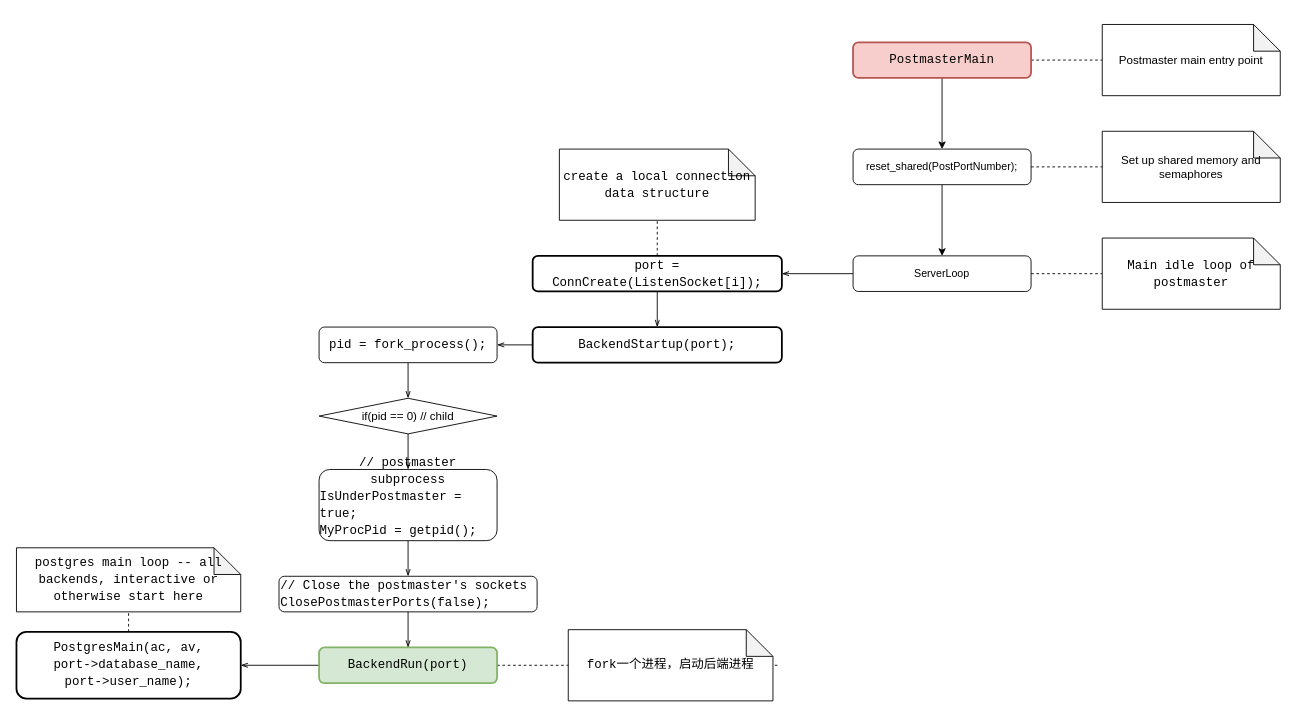
Above: page "PostGreSQL" (3 of 3) of Draw.io/DB.drawio in DepInjoy/geektime (draw.io), before the change. Source tidied: cells renumbered, new cells numbered last; positions are measured from the earlier drawing's top-left corner, leaving out a move shared by most shapes. Both pictures are drawn from the tidied source at 89%, with x=0, y=0 at pixel (16, 24).
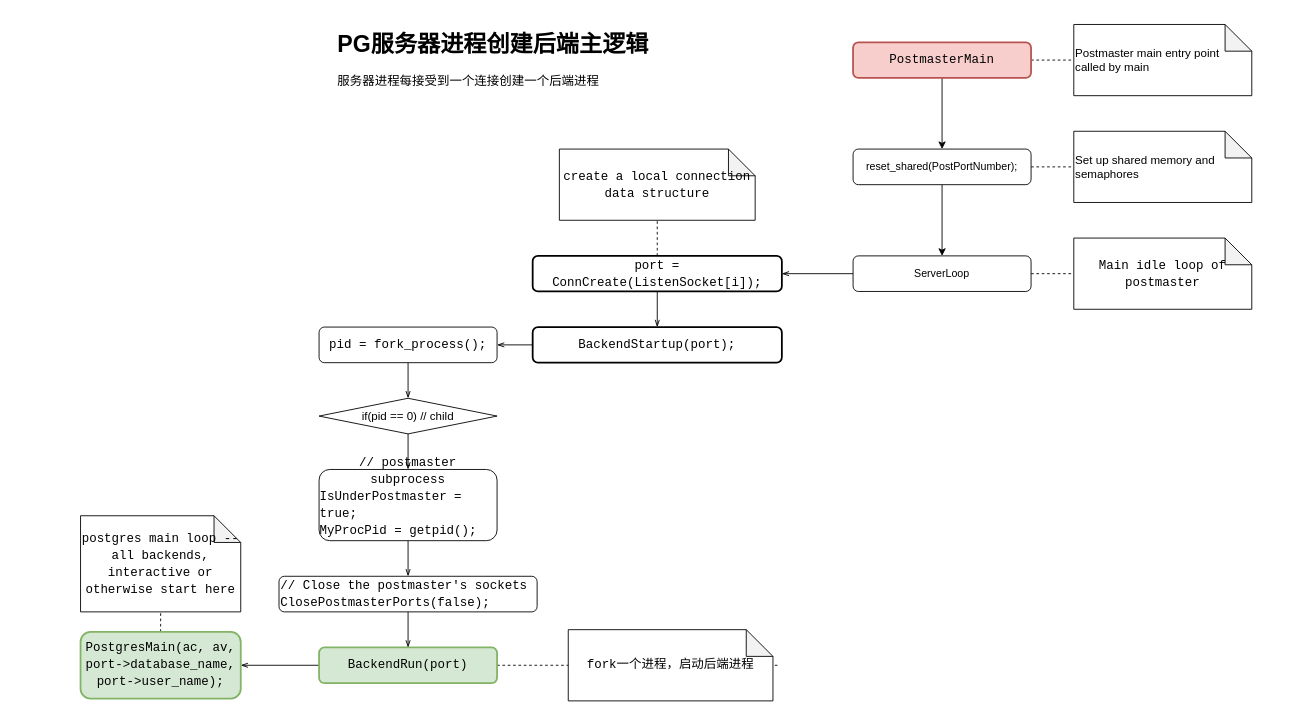
The same page after the edit.

What changed in the source:
```diff
@@
-    <mxCell id="11" value="Postmaster main entry point" style="shape=note;whiteSpace=wrap;html=1;backgroundOutline=1;darkOpacity=0.05;labelBackgroundColor=none;fontSize=13;fontColor=#000000;" parent="1" vertex="1">
-      <mxGeometry x="1220" width="200" height="80" as="geometry" />
+    <mxCell id="11" value="Postmaster main entry point&lt;br&gt;called by main" style="shape=note;whiteSpace=wrap;html=1;backgroundOutline=1;darkOpacity=0.05;labelBackgroundColor=none;fontSize=13;fontColor=#000000;align=left;" parent="1" vertex="1">
+      <mxGeometry x="1188" width="200" height="80" as="geometry" />
     </mxCell>
-    <mxCell id="12" value="&lt;span style=&quot;text-align: left&quot;&gt;Set up shared memory and semaphores&lt;/span&gt;" style="shape=note;whiteSpace=wrap;html=1;backgroundOutline=1;darkOpacity=0.05;labelBackgroundColor=none;fontSize=13;fontColor=#000000;" parent="1" vertex="1">
-      <mxGeometry x="1220" y="120" width="200" height="80" as="geometry" />
+    <mxCell id="12" value="&lt;span&gt;Set up shared memory and semaphores&lt;/span&gt;" style="shape=note;whiteSpace=wrap;html=1;backgroundOutline=1;darkOpacity=0.05;labelBackgroundColor=none;fontSize=13;fontColor=#000000;align=left;" parent="1" vertex="1">
+      <mxGeometry x="1188" y="120" width="200" height="80" as="geometry" />
     </mxCell>
     <mxCell id="13" value="&lt;div style=&quot;font-family: &amp;#34;consolas&amp;#34; , &amp;#34;courier new&amp;#34; , monospace ; font-size: 14px ; line-height: 19px&quot;&gt;Main idle loop of postmaster&lt;/div&gt;" style="shape=note;whiteSpace=wrap;html=1;backgroundOutline=1;darkOpacity=0.05;labelBackgroundColor=none;fontSize=13;fontColor=#000000;" parent="1" vertex="1">
-      <mxGeometry x="1220" y="240" width="200" height="80" as="geometry" />
+      <mxGeometry x="1188" y="240" width="200" height="80" as="geometry" />
     </mxCell>
@@
-    <mxCell id="27" value="&lt;div style=&quot;font-family: &amp;#34;consolas&amp;#34; , &amp;#34;courier new&amp;#34; , monospace ; font-size: 14px ; line-height: 19px&quot;&gt;PostgresMain(ac, av,&lt;/div&gt;&lt;div style=&quot;font-family: &amp;#34;consolas&amp;#34; , &amp;#34;courier new&amp;#34; , monospace ; font-size: 14px ; line-height: 19px&quot;&gt;port-&amp;gt;database_name,&lt;/div&gt;&lt;div style=&quot;font-family: &amp;#34;consolas&amp;#34; , &amp;#34;courier new&amp;#34; , monospace ; font-size: 14px ; line-height: 19px&quot;&gt;port-&amp;gt;user_name);&lt;/div&gt;" style="rounded=1;whiteSpace=wrap;html=1;labelBackgroundColor=none;fontSize=13;fontColor=#000000;strokeWidth=2;" parent="1" vertex="1">
-      <mxGeometry y="682.5" width="252" height="75" as="geometry" />
+    <mxCell id="27" value="&lt;div style=&quot;font-family: &amp;#34;consolas&amp;#34; , &amp;#34;courier new&amp;#34; , monospace ; font-size: 14px ; line-height: 19px&quot;&gt;PostgresMain(ac, av,&lt;/div&gt;&lt;div style=&quot;font-family: &amp;#34;consolas&amp;#34; , &amp;#34;courier new&amp;#34; , monospace ; font-size: 14px ; line-height: 19px&quot;&gt;port-&amp;gt;database_name,&lt;/div&gt;&lt;div style=&quot;font-family: &amp;#34;consolas&amp;#34; , &amp;#34;courier new&amp;#34; , monospace ; font-size: 14px ; line-height: 19px&quot;&gt;port-&amp;gt;user_name);&lt;/div&gt;" style="rounded=1;whiteSpace=wrap;html=1;labelBackgroundColor=none;fontSize=13;strokeWidth=2;fillColor=#d5e8d4;strokeColor=#82b366;" parent="1" vertex="1">
+      <mxGeometry x="72" y="682.5" width="180" height="75" as="geometry" />
     </mxCell>
     <mxCell id="28" value="&lt;div style=&quot;font-family: &amp;#34;consolas&amp;#34; , &amp;#34;courier new&amp;#34; , monospace ; font-size: 14px ; line-height: 19px&quot;&gt;postgres main loop -- all backends, interactive or otherwise start here&lt;/div&gt;" style="shape=note;whiteSpace=wrap;html=1;backgroundOutline=1;darkOpacity=0.05;labelBackgroundColor=none;fontSize=13;fontColor=#000000;" parent="1" vertex="1">
-      <mxGeometry y="588" width="252" height="72" as="geometry" />
+      <mxGeometry x="72" y="552" width="180" height="108" as="geometry" />
     </mxCell>
@@
+    <mxCell id="35" value="&lt;h1&gt;PG服务器进程创建后端主逻辑&lt;/h1&gt;&lt;p&gt;&lt;font style=&quot;font-size: 14px&quot;&gt;服务器进程每接受到一个连接创建一个后端进程&lt;/font&gt;&lt;/p&gt;" style="text;html=1;strokeColor=none;fillColor=none;spacing=5;spacingTop=-20;whiteSpace=wrap;overflow=hidden;rounded=0;labelBackgroundColor=none;fontSize=13;fontColor=#000000;" parent="1" vertex="1">
+      <mxGeometry x="356" width="504" height="90" as="geometry" />
+    </mxCell>
```
